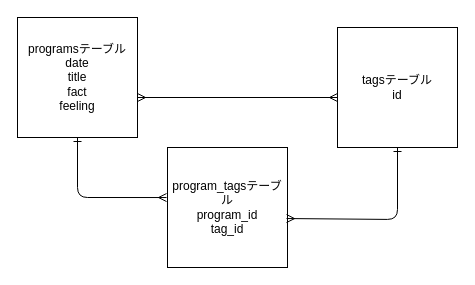
Before: table.dio in 97ishikawa9/program_output, a draw.io diagram. Source tidied: cells renumbered, new cells numbered last; positions are measured from the earlier drawing's top-left corner, leaving out a move shared by most shapes. Both pictures are drawn from the tidied source at 100%, with x=0, y=0 at pixel (17, 17).
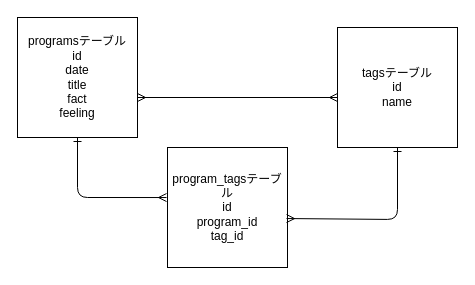
Above is the later version.

Commit message:
READMEのテーブルのカラム追加

Diff of the diagram source:
```diff
@@
 <mxGraphModel>
   <root>
     <mxCell id="0" />
     <mxCell id="1" parent="0" />
-    <mxCell id="2" value="programsテーブル&lt;br&gt;date&lt;br&gt;title&lt;br&gt;fact&lt;br&gt;feeling" style="whiteSpace=wrap;html=1;" parent="1" vertex="1">
+    <mxCell id="2" value="programsテーブル&lt;br&gt;id&lt;br&gt;date&lt;br&gt;title&lt;br&gt;fact&lt;br&gt;feeling" style="whiteSpace=wrap;html=1;" parent="1" vertex="1">
       <mxGeometry width="120" height="120" as="geometry" />
     </mxCell>
-    <mxCell id="3" value="program_tagsテーブル&lt;br&gt;program_id&lt;br&gt;tag_id" style="whiteSpace=wrap;html=1;" parent="1" vertex="1">
+    <mxCell id="3" value="program_tagsテーブル&lt;br&gt;id&lt;br&gt;program_id&lt;br&gt;tag_id" style="whiteSpace=wrap;html=1;" parent="1" vertex="1">
       <mxGeometry x="150" y="130" width="120" height="120" as="geometry" />
     </mxCell>
-    <mxCell id="4" value="tagsテーブル&lt;br&gt;id" style="whiteSpace=wrap;html=1;" parent="1" vertex="1">
+    <mxCell id="4" value="tagsテーブル&lt;br&gt;id&lt;br&gt;name" style="whiteSpace=wrap;html=1;" parent="1" vertex="1">
       <mxGeometry x="320" y="10" width="120" height="120" as="geometry" />
     </mxCell>
     <mxCell id="5" style="endArrow=ERmany;html=1;startArrow=ERone;startFill=0;entryX=-0.008;entryY=0.417;entryDx=0;entryDy=0;endFill=0;entryPerimeter=0;exitX=0.5;exitY=1;exitDx=0;exitDy=0;" parent="1" edge="1" source="2" target="3">
       <mxGeometry relative="1" as="geometry">
         <Array as="points">
           <mxPoint x="60" y="180" />
         </Array>
       </mxGeometry>
     </mxCell>
     <mxCell id="6" style="endArrow=ERone;html=1;exitX=0.992;exitY=0.592;exitDx=0;exitDy=0;entryX=0.5;entryY=1;entryDx=0;entryDy=0;startArrow=ERmany;startFill=0;endFill=0;exitPerimeter=0;" parent="1" edge="1" source="3" target="4">
       <mxGeometry relative="1" as="geometry">
         <Array as="points">
           <mxPoint x="380" y="202" />
         </Array>
       </mxGeometry>
     </mxCell>
     <mxCell id="7" style="endArrow=none;html=1;entryX=0;entryY=0.667;entryDx=0;entryDy=0;entryPerimeter=0;startArrow=ERmany;startFill=0;strokeColor=none;" parent="1" edge="1" target="3">
       <mxGeometry relative="1" as="geometry">
         <mxPoint x="120" y="80" as="sourcePoint" />
       </mxGeometry>
     </mxCell>
     <mxCell id="8" style="endArrow=ERmany;html=1;endFill=0;startArrow=ERmany;startFill=0;" parent="1" edge="1">
       <mxGeometry relative="1" as="geometry">
         <mxPoint x="120" y="80" as="sourcePoint" />
         <mxPoint x="320" y="80" as="targetPoint" />
       </mxGeometry>
     </mxCell>
   </root>
 </mxGraphModel>
```
